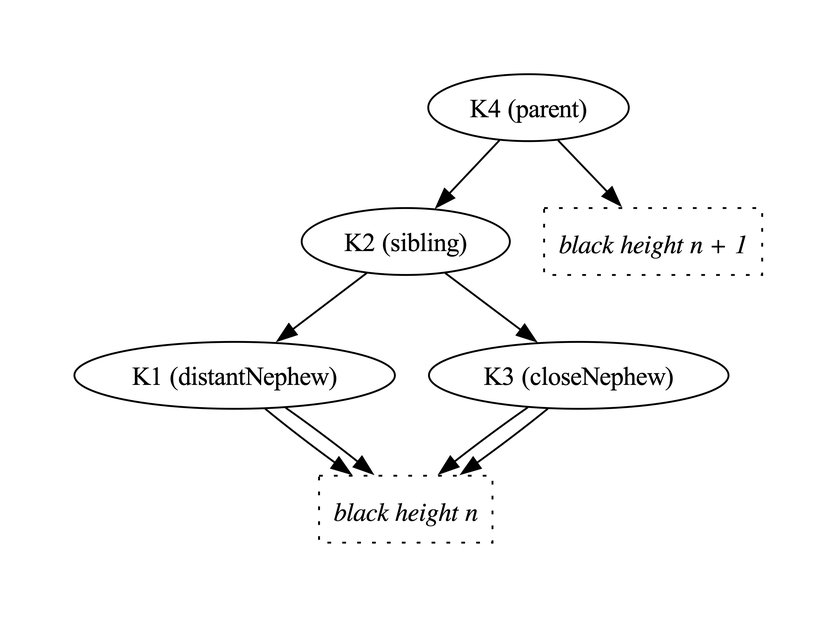
Before: Fw/DataStructures/docs/diagrams/removeBlackLeafNode/all-black-1.png, a diagram exported from Graphviz (nasa/fprime). Its source is kept beside it as Fw/DataStructures/docs/diagrams/removeBlackLeafNode/all-black-1.dot. Its diagram source:
```dot
digraph {

  K4 -> K2
  K4 -> BHnPlus1
  K2 -> K1
  K2 -> K3

  K1 -> BHn
  K1 -> BHn
  K3 -> BHn
  K3 -> BHn

  K1 [label="K1 (distantNephew)"]
  K2 [label="K2 (sibling)"]
  K3 [label="K3 (closeNephew)"]
  K4 [label="K4 (parent)"]

  BHn [shape="box",label="black height n",style="dotted",fontname="Italic"]
  BHnPlus1 [shape="box",label="black height n + 1",style="dotted",fontname="Italic"]

}
```
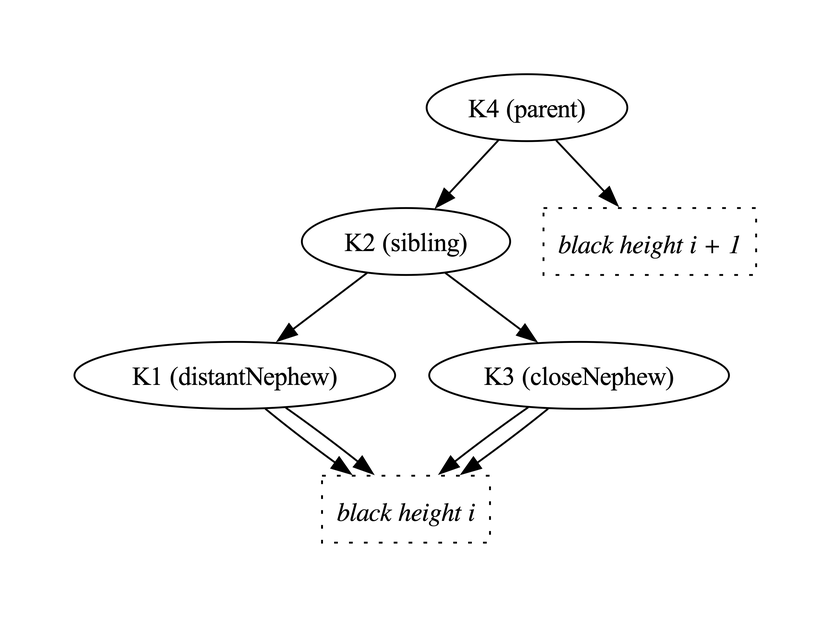
Later version of the same file.

What changed in the source:
```diff
@@ -1,21 +1,21 @@
 digraph {
 
   K4 -> K2
-  K4 -> BHnPlus1
+  K4 -> BHiPlus1
   K2 -> K1
   K2 -> K3
 
-  K1 -> BHn
-  K1 -> BHn
-  K3 -> BHn
-  K3 -> BHn
+  K1 -> BHi
+  K1 -> BHi
+  K3 -> BHi
+  K3 -> BHi
 
   K1 [label="K1 (distantNephew)"]
   K2 [label="K2 (sibling)"]
   K3 [label="K3 (closeNephew)"]
   K4 [label="K4 (parent)"]
 
-  BHn [shape="box",label="black height n",style="dotted",fontname="Italic"]
-  BHnPlus1 [shape="box",label="black height n + 1",style="dotted",fontname="Italic"]
+  BHi [shape="box",label="black height i",style="dotted",fontname="Italic"]
+  BHiPlus1 [shape="box",label="black height i + 1",style="dotted",fontname="Italic"]
 
 }
```
